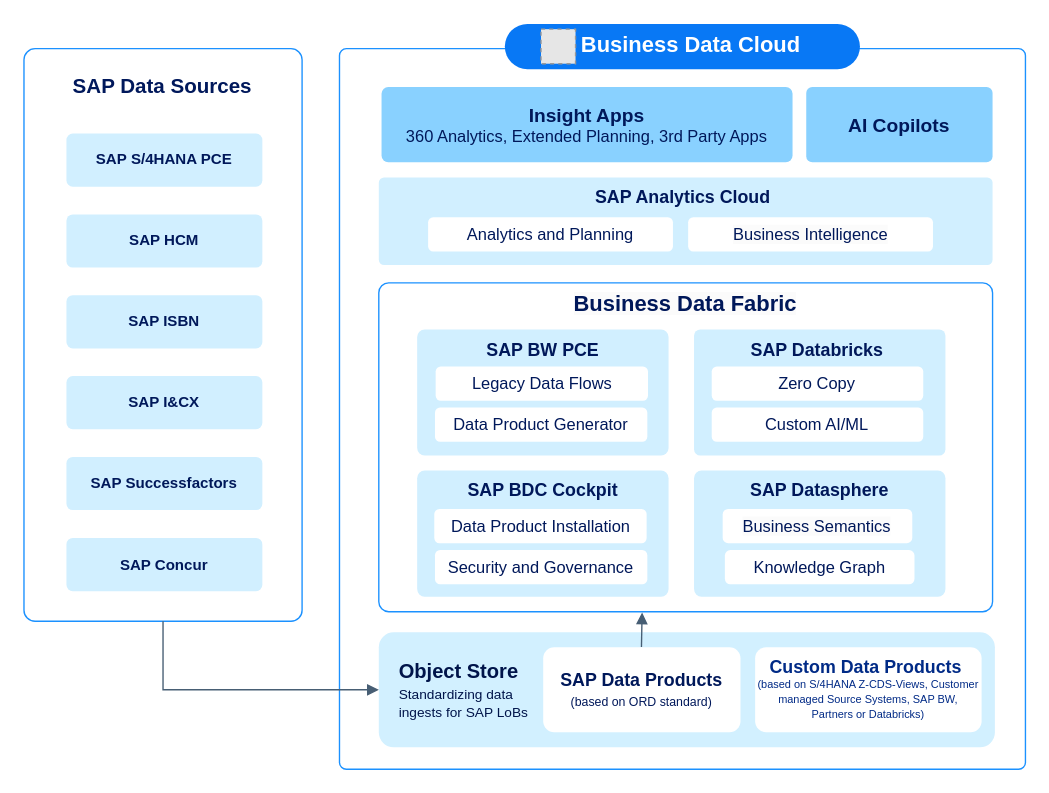
Above: page "Page-1" (1 of 2) of docs/ref-arch/RA0013/drawio/sap-bdc.drawio in SAP/architecture-center (draw.io), before the change. Source tidied: cells renumbered, new cells numbered last; positions are measured from the earlier drawing's top-left corner, leaving out a move shared by most shapes. Both pictures are drawn from the tidied source at 137%, with x=0, y=0 at pixel (23, 23). Pictures stored in the file or linked from it are replaced by grey dashed boxes.
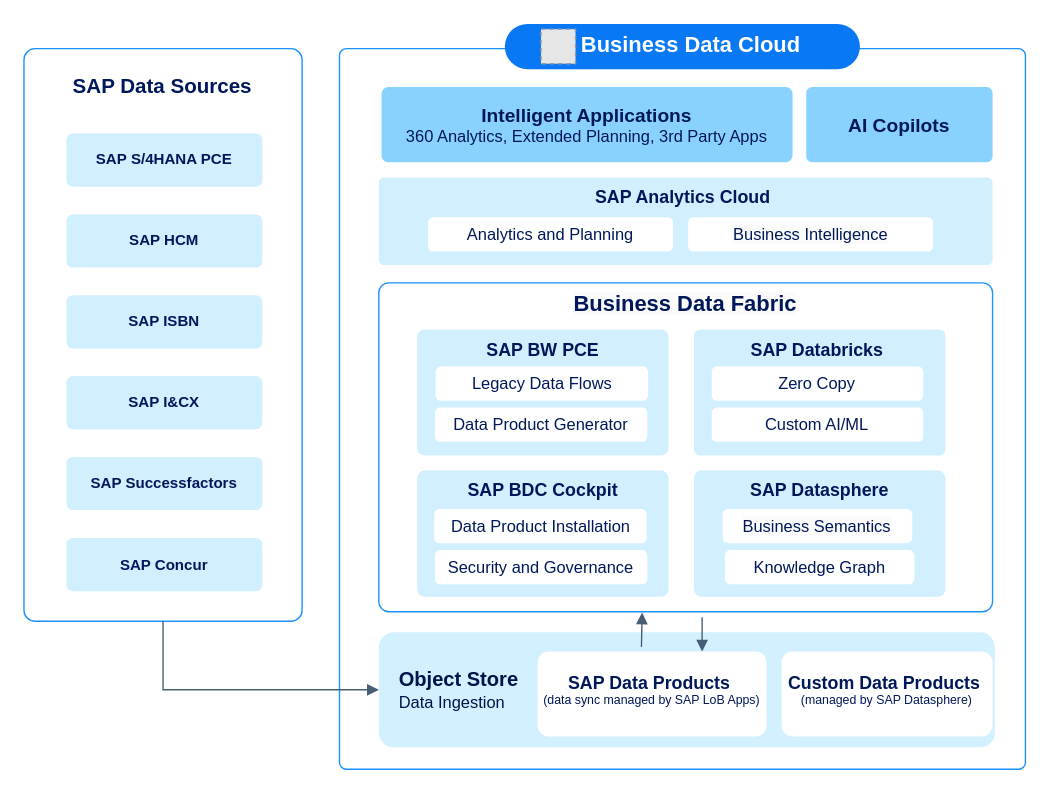
The same diagram, later.

Commit message (it also covers changes not shown here):
Insight app drawio updates

Unchanged cells that the change refers to:
```xml
<mxCell id="22" style="group;" parent="1" vertex="1">
  <mxGeometry x="287" y="223" width="183.5" height="92" as="geometry" />
</mxCell>
<mxCell id="26" style="group;" parent="1" vertex="1">
  <mxGeometry x="287" y="326" width="183.5" height="92" as="geometry" />
</mxCell>
```

What changed in the source:
```diff
@@
-    <mxCell id="3" value="&lt;p style=&quot;margin-top: 6.6pt; margin-bottom: 0pt; margin-left: 0in; direction: ltr; unicode-bidi: embed; vertical-align: baseline; word-break: normal;&quot;&gt;&lt;font style=&quot;color: light-dark(rgb(0, 24, 91), rgb(237, 237, 237));&quot;&gt;&lt;span style=&quot;font-size: 11pt; font-family: &amp;quot;72 Brand Medium&amp;quot;; color: rgb(0, 20, 74);&quot;&gt;Object Store&lt;br&gt;&lt;/span&gt;&lt;font style=&quot;font-weight: normal; font-size: 10px;&quot;&gt;&lt;span style=&quot;font-family: &amp;quot;72 Brand&amp;quot;; color: rgb(0, 20, 74);&quot;&gt;Standardizing data &lt;br&gt;ingests for SAP &lt;/span&gt;&lt;span style=&quot;font-family: &amp;quot;72 Brand&amp;quot;; color: rgb(0, 20, 74);&quot;&gt;LoBs&lt;/span&gt;&lt;/font&gt;&lt;/font&gt;&lt;/p&gt;" style="rounded=1;whiteSpace=wrap;html=1;align=left;fontStyle=1;verticalAlign=middle;strokeColor=none;fillColor=light-dark(#d2f0ff, #ededed);strokeWidth=1;fontSize=11;fontFamily=Arial;fontColor=#00185A;arcSize=13;gradientColor=none;gradientDirection=south;spacing=15;spacingTop=-8;" parent="1" vertex="1">
+    <mxCell id="3" value="&lt;p style=&quot;margin-top: 6.6pt; margin-bottom: 0pt; margin-left: 0in; direction: ltr; unicode-bidi: embed; vertical-align: baseline; word-break: normal;&quot;&gt;&lt;font style=&quot;&quot;&gt;&lt;span style=&quot;color: rgb(0, 20, 74); font-size: 11pt; font-family: &amp;quot;72 Brand Medium&amp;quot;;&quot;&gt;Object Store&lt;br&gt;&lt;/span&gt;&lt;font style=&quot;font-size: 12px;&quot; face=&quot;72 Brand&quot; color=&quot;#00144a&quot;&gt;&lt;span style=&quot;font-weight: 400;&quot;&gt;Data Ingestion&lt;/span&gt;&lt;/font&gt;&lt;/font&gt;&lt;/p&gt;" style="rounded=1;whiteSpace=wrap;html=1;align=left;fontStyle=1;verticalAlign=middle;strokeColor=none;fillColor=light-dark(#d2f0ff, #ededed);strokeWidth=1;fontSize=11;fontFamily=Arial;fontColor=#00185A;arcSize=13;gradientColor=none;gradientDirection=south;spacing=15;spacingTop=-8;" parent="1" vertex="1">
       <mxGeometry x="259" y="444" width="449.7" height="84" as="geometry" />
     </mxCell>
@@
-    <mxCell id="5" value="&lt;p style=&quot;margin-top: 0pt; margin-bottom: 0pt; margin-left: 0in; direction: ltr; unicode-bidi: embed; word-break: normal;&quot;&gt;&lt;span&gt;&lt;b style=&quot;font-family: Helvetica; text-align: left; font-size: 14px;&quot;&gt;Insight&lt;/b&gt;&lt;b style=&quot;font-family: Helvetica; text-align: left; font-size: 14px;&quot;&gt; &lt;/b&gt;&lt;b style=&quot;font-family: Helvetica; text-align: left; font-size: 14px;&quot;&gt;Apps&lt;/b&gt;&lt;/span&gt;&lt;/p&gt;&lt;p style=&quot;margin-top: 0pt; margin-bottom: 0pt; margin-left: 0in; direction: ltr; unicode-bidi: embed; word-break: normal;&quot;&gt;360 Analytics,&amp;nbsp;&lt;span style=&quot;background-color: transparent;&quot;&gt;Extended Planning,&amp;nbsp;&lt;/span&gt;&lt;span style=&quot;background-color: transparent;&quot;&gt;3rd Party Apps&lt;/span&gt;&lt;/p&gt;" style="rounded=1;whiteSpace=wrap;html=1;fontSize=12;fontFamily=Arial;align=center;verticalAlign=middle;fillColor=light-dark(#89d1ff, #ededed);strokeColor=none;fontColor=#00185A;strokeWidth=1.5;arcSize=9;gradientColor=none;spacing=0;spacingTop=0;" parent="1" vertex="1">
+    <mxCell id="5" value="&lt;p style=&quot;margin-top: 0pt; margin-bottom: 0pt; margin-left: 0in; direction: ltr; unicode-bidi: embed; word-break: normal;&quot;&gt;&lt;span&gt;&lt;b style=&quot;font-family: Helvetica; text-align: left; font-size: 14px;&quot;&gt;Intelligent Applications&lt;/b&gt;&lt;/span&gt;&lt;/p&gt;&lt;p style=&quot;margin-top: 0pt; margin-bottom: 0pt; margin-left: 0in; direction: ltr; unicode-bidi: embed; word-break: normal;&quot;&gt;360 Analytics,&amp;nbsp;&lt;span style=&quot;background-color: transparent;&quot;&gt;Extended Planning,&amp;nbsp;&lt;/span&gt;&lt;span style=&quot;background-color: transparent;&quot;&gt;3rd Party Apps&lt;/span&gt;&lt;/p&gt;" style="rounded=1;whiteSpace=wrap;html=1;fontSize=12;fontFamily=Arial;align=center;verticalAlign=middle;fillColor=light-dark(#89d1ff, #ededed);strokeColor=none;fontColor=#00185A;strokeWidth=1.5;arcSize=9;gradientColor=none;spacing=0;spacingTop=0;" parent="1" vertex="1">
       <mxGeometry x="261" y="46" width="300" height="55" as="geometry" />
     </mxCell>
@@
-    <mxCell id="8" value="&lt;span style=&quot;&quot;&gt;&lt;font style=&quot;font-size: 13px;&quot;&gt;SAP Data Products&lt;/font&gt;&lt;/span&gt;&lt;div&gt;&lt;span style=&quot;font-weight: normal;&quot;&gt;&lt;font style=&quot;font-size: 9px; line-height: 100%;&quot;&gt;(based on ORD standard)&lt;/font&gt;&lt;/span&gt;&lt;/div&gt;" style="rounded=1;whiteSpace=wrap;html=1;align=center;fontStyle=1;verticalAlign=middle;strokeColor=none;fillColor=default;strokeWidth=1;fontSize=11;fontFamily=Arial;fontColor=#00185A;arcSize=13;gradientColor=none;gradientDirection=south;" parent="1" vertex="1">
-      <mxGeometry x="379" y="455" width="144" height="62" as="geometry" />
-    </mxCell>
-    <mxCell id="9" style="edgeStyle=orthogonalEdgeStyle;rounded=0;jettySize=auto;html=1;endArrow=block;endFill=1;strokeColor=#475E74;strokeWidth=1;exitX=0.498;exitY=-0.004;exitDx=0;exitDy=0;entryX=0.435;entryY=1.002;entryDx=0;entryDy=0;entryPerimeter=0;exitPerimeter=0;" parent="1" edge="1" source="8">
+    <mxCell id="9" style="edgeStyle=orthogonalEdgeStyle;rounded=0;orthogonalLoop=1;jettySize=auto;html=1;endArrow=block;endFill=1;strokeColor=#475E74;strokeWidth=1;exitX=0.498;exitY=-0.004;exitDx=0;exitDy=0;entryX=0.435;entryY=1.002;entryDx=0;entryDy=0;entryPerimeter=0;exitPerimeter=0;" parent="1" edge="1">
       <mxGeometry relative="1" as="geometry">
+        <mxPoint x="450.7" y="454.8" as="sourcePoint" />
         <mxPoint x="451.2" y="429.6" as="targetPoint" />
       </mxGeometry>
     </mxCell>
@@
-    <mxCell id="16" value="&lt;p style=&quot;margin-top: 5.4pt; margin-bottom: 0pt; margin-left: 0in; direction: ltr; unicode-bidi: embed; vertical-align: baseline; word-break: normal;&quot;&gt;&lt;/p&gt;&lt;p style=&quot;line-height: 100%;&quot;&gt;&lt;font style=&quot;color: light-dark(rgb(0, 24, 91), rgb(237, 237, 237));&quot;&gt;&lt;font style=&quot;&quot;&gt;&lt;font face=&quot;Arial&quot; style=&quot;font-size: 13px; line-height: 100%;&quot;&gt;&lt;span style=&quot;color: rgb(0, 42, 134);&quot;&gt;Custom Data Products&amp;nbsp;&lt;br&gt;&lt;/span&gt;&lt;/font&gt;&lt;/font&gt;&lt;span style=&quot;font-size: 8px; font-weight: normal; background-color: transparent; font-family: &amp;quot;72 Brand&amp;quot;; line-height: 100%; color: rgb(0, 42, 134);&quot;&gt;(based on S/4HANA Z-CDS-Views,&amp;nbsp;&lt;/span&gt;&lt;span style=&quot;font-size: 8px; font-weight: normal; background-color: transparent; font-family: &amp;quot;72 Brand&amp;quot;; line-height: 100%; color: rgb(0, 42, 134);&quot;&gt;Customer managed Source Systems, SAP BW, Partners or Databricks)&lt;/span&gt;&lt;/font&gt;&lt;/p&gt;&lt;p&gt;&lt;/p&gt;" style="rounded=1;whiteSpace=wrap;html=1;align=center;fontStyle=1;verticalAlign=middle;strokeColor=none;fillColor=default;strokeWidth=1;fontSize=11;fontFamily=Arial;fontColor=#00185A;arcSize=13;gradientColor=none;gradientDirection=south;spacing=2;spacingTop=-2;" parent="1" vertex="1">
-      <mxGeometry x="533.7" y="455" width="165.3" height="62" as="geometry" />
-    </mxCell>
@@
-    <mxCell id="23" value="&lt;p style=&quot;margin-top: 0pt; margin-bottom: 0pt; margin-left: 0in; direction: ltr; unicode-bidi: embed; word-break: normal;&quot;&gt;&lt;/p&gt;&lt;div style=&quot;line-height: 150%;&quot;&gt;&lt;p style=&quot;margin-top: 6.6pt; margin-bottom: 0pt; margin-left: 0in; direction: ltr; unicode-bidi: embed; vertical-align: baseline; word-break: normal;&quot;&gt;&lt;span style=&quot;font-family: &amp;quot;72 Brand Medium&amp;quot;;&quot;&gt;SAP BW PCE&lt;/span&gt;&lt;/p&gt;&lt;/div&gt;&lt;p&gt;&lt;/p&gt;" style="rounded=1;whiteSpace=wrap;html=1;strokeColor=none;strokeWidth=1.5;fillColor=#D1EFFF;align=center;verticalAlign=top;fontStyle=1;fontSize=13;fontFamily=Arial;fontColor=#00185A;spacing=0;spacingTop=-8;arcSize=6;flipV=0;flipH=0;gradientColor=none;" parent="22" vertex="1">
+    <mxCell id="23" value="&lt;p style=&quot;margin-top: 0pt; margin-bottom: 0pt; margin-left: 0in; direction: ltr; unicode-bidi: embed; word-break: normal;&quot;&gt;&lt;/p&gt;&lt;div style=&quot;line-height: 150%;&quot;&gt;&lt;p style=&quot;margin-top: 6.6pt; margin-bottom: 0pt; margin-left: 0in; direction: ltr; unicode-bidi: embed; vertical-align: baseline; word-break: normal;&quot;&gt;&lt;font face=&quot;Helvetica&quot;&gt;SAP BW PCE&lt;/font&gt;&lt;/p&gt;&lt;/div&gt;&lt;p&gt;&lt;/p&gt;" style="rounded=1;whiteSpace=wrap;html=1;strokeColor=none;strokeWidth=1.5;fillColor=#D1EFFF;align=center;verticalAlign=top;fontStyle=1;fontSize=13;fontFamily=Arial;fontColor=#00185A;spacing=0;spacingTop=-8;arcSize=6;flipV=0;flipH=0;gradientColor=none;" parent="22" vertex="1">
       <mxGeometry width="183.5" height="92" as="geometry" />
     </mxCell>
@@
-    <mxCell id="27" value="&lt;p style=&quot;margin-top: 0pt; margin-bottom: 0pt; margin-left: 0in; direction: ltr; unicode-bidi: embed; word-break: normal;&quot;&gt;&lt;/p&gt;&lt;div style=&quot;line-height: 150%;&quot;&gt;&lt;p style=&quot;margin-top: 6.6pt; margin-bottom: 0pt; margin-left: 0in; direction: ltr; unicode-bidi: embed; vertical-align: baseline; word-break: normal;&quot;&gt;&lt;span style=&quot;font-family: &amp;quot;72 Brand Medium&amp;quot;;&quot;&gt;SAP BDC Cockpit&lt;/span&gt;&lt;/p&gt;&lt;/div&gt;&lt;p&gt;&lt;/p&gt;" style="rounded=1;whiteSpace=wrap;html=1;strokeColor=none;strokeWidth=1.5;fillColor=#D1EFFF;align=center;verticalAlign=top;fontStyle=1;fontSize=13;fontFamily=Arial;fontColor=#00185A;spacing=0;spacingTop=-9;arcSize=6;flipV=0;flipH=0;gradientColor=none;" parent="26" vertex="1">
+    <mxCell id="27" value="&lt;p style=&quot;margin-top: 0pt; margin-bottom: 0pt; margin-left: 0in; direction: ltr; unicode-bidi: embed; word-break: normal;&quot;&gt;&lt;/p&gt;&lt;div style=&quot;line-height: 150%;&quot;&gt;&lt;p style=&quot;margin-top: 6.6pt; margin-bottom: 0pt; margin-left: 0in; direction: ltr; unicode-bidi: embed; vertical-align: baseline; word-break: normal;&quot;&gt;&lt;font face=&quot;Helvetica&quot;&gt;SAP BDC Cockpit&lt;/font&gt;&lt;/p&gt;&lt;/div&gt;&lt;p&gt;&lt;/p&gt;" style="rounded=1;whiteSpace=wrap;html=1;strokeColor=none;strokeWidth=1.5;fillColor=#D1EFFF;align=center;verticalAlign=top;fontStyle=1;fontSize=13;fontFamily=Arial;fontColor=#00185A;spacing=0;spacingTop=-9;arcSize=6;flipV=0;flipH=0;gradientColor=none;" parent="26" vertex="1">
       <mxGeometry width="183.5" height="92" as="geometry" />
     </mxCell>
@@
+    <mxCell id="43" value="&lt;p style=&quot;margin-top: 5.4pt; margin-bottom: 0pt; margin-left: 0in; direction: ltr; unicode-bidi: embed; vertical-align: baseline; word-break: normal;&quot;&gt;&lt;/p&gt;&lt;p style=&quot;line-height: 100%; margin-top: 0px; margin-bottom: 0px;&quot;&gt;&lt;font style=&quot;&quot;&gt;&lt;font style=&quot;&quot;&gt;&lt;font style=&quot;font-size: 13px; line-height: 100%;&quot;&gt;&lt;span&gt;Custom Data Products&amp;nbsp;&lt;br&gt;&lt;/span&gt;&lt;/font&gt;&lt;/font&gt;&lt;font style=&quot;font-size: 9px;&quot;&gt;&lt;span style=&quot;font-weight: normal; background-color: transparent; line-height: 100%;&quot;&gt;(managed by SAP Datasphere&lt;/span&gt;&lt;span style=&quot;font-weight: normal; background-color: transparent; line-height: 100%;&quot;&gt;)&lt;/span&gt;&lt;/font&gt;&lt;/font&gt;&lt;/p&gt;&lt;p&gt;&lt;/p&gt;" style="rounded=1;whiteSpace=wrap;html=1;align=center;fontStyle=1;verticalAlign=middle;strokeColor=none;fillColor=default;strokeWidth=1;fontSize=11;fontFamily=Helvetica;fontColor=#00185A;arcSize=13;gradientColor=none;gradientDirection=south;spacing=0;spacingTop=0;" parent="1" vertex="1">
+      <mxGeometry x="553" y="458" width="154" height="62" as="geometry" />
+    </mxCell>
+    <mxCell id="44" style="edgeStyle=orthogonalEdgeStyle;rounded=0;orthogonalLoop=1;jettySize=auto;html=1;endArrow=block;endFill=1;strokeColor=#475E74;strokeWidth=1;align=center;verticalAlign=middle;fontFamily=Helvetica;fontSize=11;fontColor=default;labelBackgroundColor=default;" parent="1" edge="1">
+      <mxGeometry relative="1" as="geometry">
+        <mxPoint x="495" y="433" as="sourcePoint" />
+        <mxPoint x="495" y="458" as="targetPoint" />
+      </mxGeometry>
+    </mxCell>
+    <mxCell id="45" value="&lt;p style=&quot;margin-top: 5.4pt; margin-bottom: 0pt; margin-left: 0in; direction: ltr; unicode-bidi: embed; vertical-align: baseline; word-break: normal;&quot;&gt;&lt;/p&gt;&lt;p style=&quot;line-height: 100%; margin-top: 0px; margin-bottom: 0px;&quot;&gt;&lt;b style=&quot;background-color: transparent; color: light-dark(rgb(0, 24, 90), rgb(197, 217, 255)); font-size: 13px;&quot;&gt;SAP Data Products&lt;/b&gt;&lt;span style=&quot;font-size: 13px; background-color: transparent; color: light-dark(rgb(0, 24, 90), rgb(197, 217, 255));&quot;&gt;&amp;nbsp;&lt;/span&gt;&lt;/p&gt;&lt;p style=&quot;line-height: 100%; margin-top: 0px; margin-bottom: 0px;&quot;&gt;&lt;span style=&quot;font-size: 9px; font-weight: 400;&quot;&gt;(data sync managed by SAP LoB Apps)&lt;/span&gt;&lt;/p&gt;&lt;p&gt;&lt;/p&gt;" style="rounded=1;whiteSpace=wrap;html=1;align=center;fontStyle=1;verticalAlign=middle;strokeColor=none;fillColor=default;strokeWidth=1;fontSize=11;fontFamily=Helvetica;fontColor=#00185A;arcSize=13;gradientColor=none;gradientDirection=south;spacing=0;spacingTop=0;" parent="1" vertex="1">
+      <mxGeometry x="375" y="458" width="167" height="62" as="geometry" />
+    </mxCell>
```
